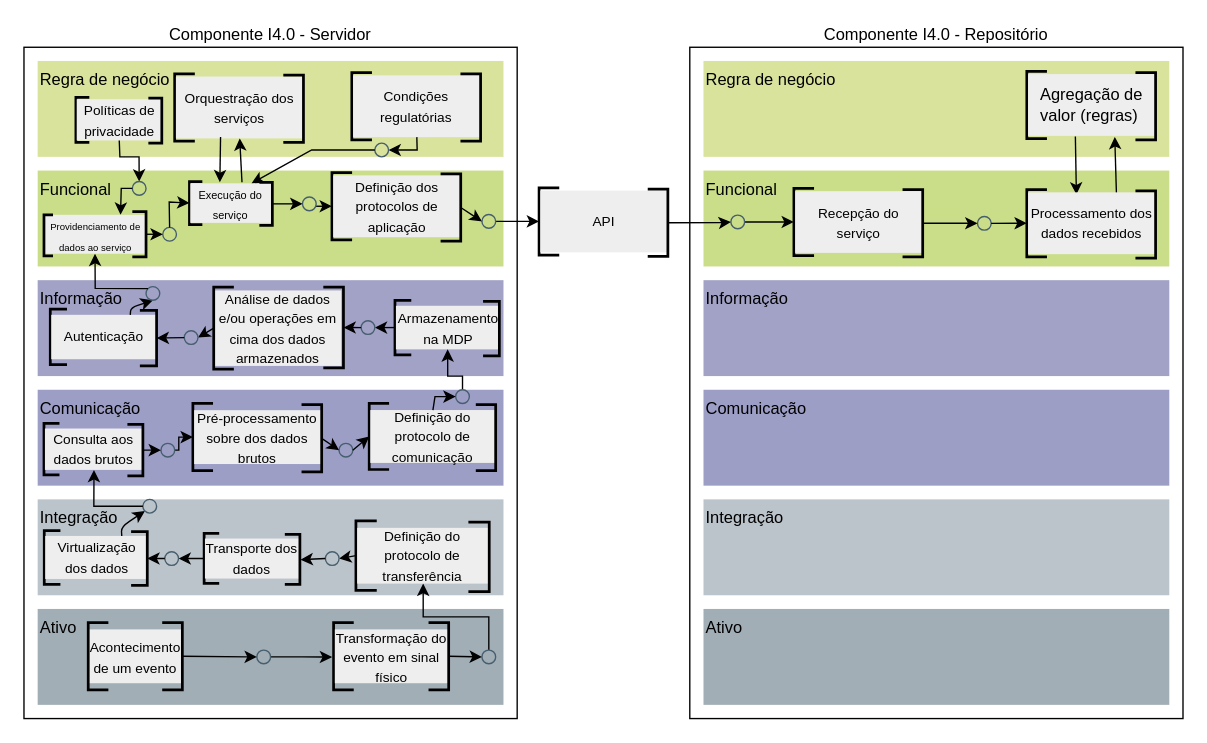
This is page "rami-interacao" (9 of 9) of imagens/diagramas/aas.drawio from hvitoi/i4.0-PLM, a draw.io file, before an edit. Source tidied: cells renumbered, new cells numbered last; positions are measured from the earlier drawing's top-left corner, leaving out a move shared by most shapes. Both pictures are drawn from the tidied source at 137%, with x=0, y=0 at pixel (23, 47).
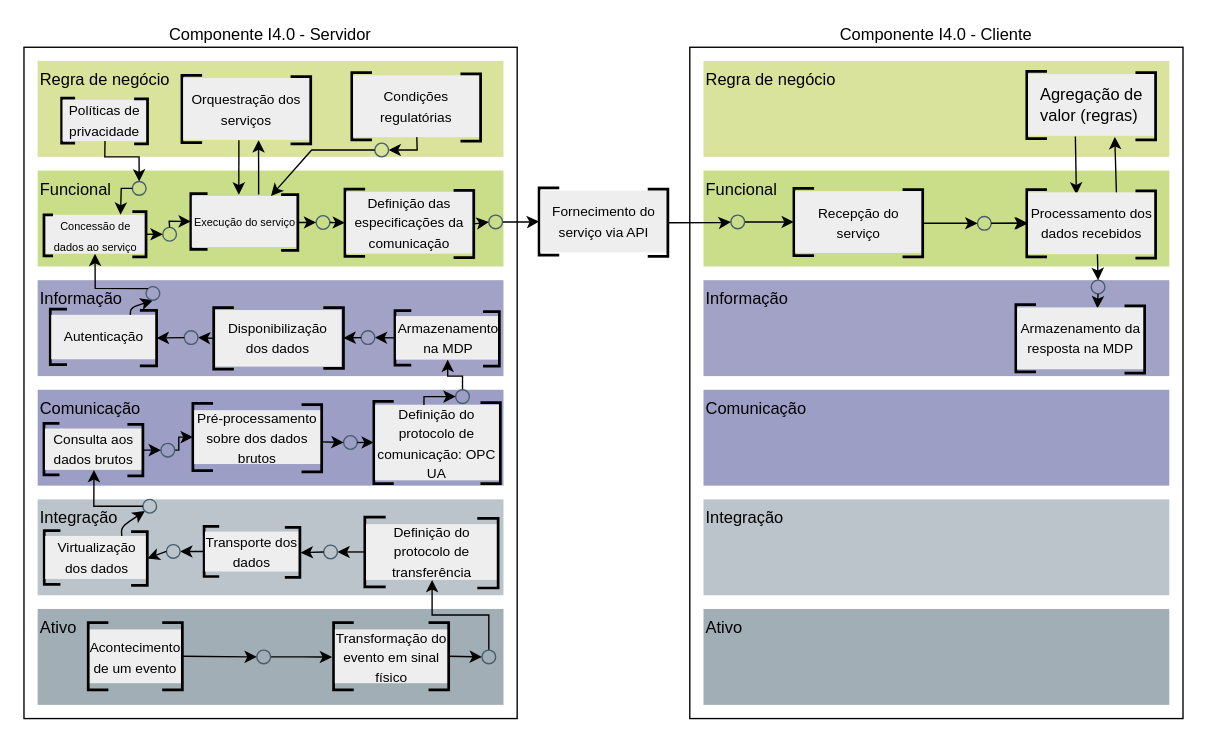
The same diagram, later.

The change refers to these unchanged cells:
```xml
<mxCell id="3" style="group;" parent="2" vertex="1">
  <mxGeometry width="360" height="490" as="geometry" />
</mxCell>
<mxCell id="13" style="ellipse;whiteSpace=wrap;html=1;shadow=0;comic=0;strokeColor=#465E6E;fillColor=none;gradientColor=none;align=left;" parent="3" vertex="1">
  <mxGeometry x="210" y="123.5" width="10" height="10" as="geometry" />
</mxCell>
<mxCell id="55" value="&lt;span style=&quot;font-size: 10px&quot;&gt;Processamento dos dados recebidos&lt;/span&gt;" style="rounded=0;whiteSpace=wrap;html=1;fillColor=#eeeeee;strokeColor=none;" parent="53" vertex="1">
  <mxGeometry x="6.9" y="2" width="93.1" height="45.1" as="geometry" />
</mxCell>
<mxCell id="147" value="&lt;span style=&quot;font-size: 10px&quot;&gt;Orquestração dos serviços&lt;/span&gt;" style="rounded=0;whiteSpace=wrap;html=1;fillColor=#eeeeee;strokeColor=none;" parent="145" vertex="1">
  <mxGeometry x="6.9" y="2" width="93.1" height="45.1" as="geometry" />
</mxCell>
<mxCell id="160" value="&lt;span style=&quot;font-size: 10px&quot;&gt;Políticas de privacidade&lt;/span&gt;" style="rounded=0;whiteSpace=wrap;html=1;fillColor=#eeeeee;strokeColor=none;" parent="158" vertex="1">
  <mxGeometry x="4.6" y="1.3" width="62.1" height="30.1" as="geometry" />
</mxCell>
<mxCell id="227" style="strokeWidth=2;html=1;shape=mxgraph.flowchart.annotation_1;align=left;rotation=-180;" parent="220" vertex="1">
  <mxGeometry x="85.3" y="0.9" width="14.7" height="49.1" as="geometry" />
</mxCell>
<mxCell id="231" style="ellipse;whiteSpace=wrap;html=1;shadow=0;comic=0;strokeColor=#465E6E;fillColor=none;gradientColor=none;align=left;direction=south;" parent="1" vertex="1">
  <mxGeometry x="315.1" y="250" width="10" height="10" as="geometry" />
</mxCell>
<mxCell id="241" style="ellipse;whiteSpace=wrap;html=1;shadow=0;comic=0;strokeColor=#465E6E;fillColor=none;gradientColor=none;align=left;" parent="1" vertex="1">
  <mxGeometry x="101.3" y="131.5" width="10" height="10" as="geometry" />
</mxCell>
<mxCell id="255" style="group;" parent="254" vertex="1">
  <mxGeometry width="100" height="50" as="geometry" />
</mxCell>
<mxCell id="256" style="strokeWidth=2;html=1;shape=mxgraph.flowchart.annotation_1;align=left;" parent="255" vertex="1">
  <mxGeometry x="6" width="14.7" height="49.1" as="geometry" />
</mxCell>
<mxCell id="268" style="group;" parent="267" vertex="1">
  <mxGeometry width="100" height="50" as="geometry" />
</mxCell>
<mxCell id="278" style="ellipse;whiteSpace=wrap;html=1;shadow=0;comic=0;strokeColor=#465E6E;fillColor=none;gradientColor=none;align=left;" parent="1" vertex="1">
  <mxGeometry x="79.1" y="98" width="10" height="10" as="geometry" />
</mxCell>
<mxCell id="302" style="group;" parent="1" vertex="1">
  <mxGeometry x="14.6" y="120" width="74.5" height="33" as="geometry" />
</mxCell>
```

Change to the diagram source:
```diff
@@
-    <mxCell id="4" value="Componente I4.0 - Repositório" style="rounded=0;whiteSpace=wrap;html=1;fillColor=none;labelPosition=center;verticalLabelPosition=top;align=center;verticalAlign=bottom;" parent="3" vertex="1">
+    <mxCell id="4" value="Componente I4.0 - Cliente" style="rounded=0;whiteSpace=wrap;html=1;fillColor=none;labelPosition=center;verticalLabelPosition=top;align=center;verticalAlign=bottom;" parent="3" vertex="1">
       <mxGeometry width="360" height="490" as="geometry" />
     </mxCell>
@@
+    <mxCell id="319" style="edgeStyle=orthogonalEdgeStyle;rounded=0;jettySize=auto;html=1;" parent="3" edge="1" source="13" target="55">
+      <mxGeometry relative="1" as="geometry" />
+    </mxCell>
@@
+    <mxCell id="320" style="ellipse;whiteSpace=wrap;html=1;shadow=0;comic=0;strokeColor=#465E6E;fillColor=none;gradientColor=none;align=left;" parent="3" vertex="1">
+      <mxGeometry x="293" y="170" width="10" height="10" as="geometry" />
+    </mxCell>
+    <mxCell id="321" style="endArrow=classic;html=1;entryX=0.5;entryY=0;entryDx=0;entryDy=0;exitX=0.544;exitY=1.003;exitDx=0;exitDy=0;exitPerimeter=0;" parent="3" edge="1" source="55" target="320">
+      <mxGeometry relative="1" as="geometry" />
+    </mxCell>
+    <mxCell id="322" style="endArrow=classic;html=1;exitX=0.5;exitY=1;exitDx=0;exitDy=0;entryX=0.63;entryY=0.016;entryDx=0;entryDy=0;entryPerimeter=0;" parent="3" edge="1" source="320" target="334">
+      <mxGeometry relative="1" as="geometry" />
+    </mxCell>
+    <mxCell id="323" style="group;" parent="3" vertex="1">
+      <mxGeometry x="232" y="187.9" width="116" height="50" as="geometry" />
+    </mxCell>
+    <mxCell id="324" style="group;" parent="323" vertex="1">
+      <mxGeometry width="116" height="50" as="geometry" />
+    </mxCell>
+    <mxCell id="325" style="group;" parent="324" vertex="1">
+      <mxGeometry width="116" height="50" as="geometry" />
+    </mxCell>
+    <mxCell id="326" style="group;" parent="325" vertex="1">
+      <mxGeometry width="116" height="50" as="geometry" />
+    </mxCell>
+    <mxCell id="327" style="group;" parent="326" vertex="1">
+      <mxGeometry width="116" height="50" as="geometry" />
+    </mxCell>
+    <mxCell id="328" style="group;" parent="327" vertex="1">
+      <mxGeometry width="116" height="50" as="geometry" />
+    </mxCell>
+    <mxCell id="329" style="group;" parent="328" vertex="1">
+      <mxGeometry width="100" height="50" as="geometry" />
+    </mxCell>
+    <mxCell id="330" style="group;" parent="329" vertex="1">
+      <mxGeometry width="100" height="50" as="geometry" />
+    </mxCell>
+    <mxCell id="331" style="group;" parent="330" vertex="1">
+      <mxGeometry width="100" height="50" as="geometry" />
+    </mxCell>
+    <mxCell id="332" style="group;" parent="331" vertex="1">
+      <mxGeometry width="100" height="50" as="geometry" />
+    </mxCell>
+    <mxCell id="333" style="strokeWidth=2;html=1;shape=mxgraph.flowchart.annotation_1;align=left;" parent="332" vertex="1">
+      <mxGeometry x="6" width="14.7" height="49.1" as="geometry" />
+    </mxCell>
+    <mxCell id="334" value="&lt;span style=&quot;font-size: 10px&quot;&gt;Armazenamento da resposta na MDP&lt;/span&gt;" style="rounded=0;whiteSpace=wrap;html=1;fillColor=#eeeeee;strokeColor=none;" parent="332" vertex="1">
+      <mxGeometry x="6.9" y="2" width="93.1" height="45.1" as="geometry" />
+    </mxCell>
+    <mxCell id="335" style="strokeWidth=2;html=1;shape=mxgraph.flowchart.annotation_1;align=left;rotation=-180;" parent="328" vertex="1">
+      <mxGeometry x="85.3" y="0.9" width="14.7" height="49.1" as="geometry" />
+    </mxCell>
@@
     <mxCell id="75" style="group;" parent="1" vertex="1">
-      <mxGeometry x="127" y="354.9" width="86.3" height="37.2" as="geometry" />
+      <mxGeometry x="127" y="349.8" width="86.3" height="37.2" as="geometry" />
     </mxCell>
@@
     <mxCell id="99" style="group;" parent="1" vertex="1">
-      <mxGeometry x="265.9" y="184.7" width="94.1" height="40.5" as="geometry" />
+      <mxGeometry x="265.9" y="192.2" width="94.1" height="40.5" as="geometry" />
     </mxCell>
@@
     <mxCell id="123" style="group;" parent="1" vertex="1">
-      <mxGeometry x="117" y="98" width="74.5" height="32" as="geometry" />
+      <mxGeometry x="125.5" y="100" width="99.6" height="50" as="geometry" />
     </mxCell>
     <mxCell id="124" style="group;" parent="123" vertex="1">
-      <mxGeometry width="74.5" height="32" as="geometry" />
+      <mxGeometry x="-8.7" y="6.8" width="96.5" height="41.4" as="geometry" />
     </mxCell>
     <mxCell id="125" style="group;" parent="124" vertex="1">
-      <mxGeometry width="74.5" height="32" as="geometry" />
+      <mxGeometry width="96.5" height="41.4" as="geometry" />
     </mxCell>
     <mxCell id="126" style="group;" parent="125" vertex="1">
-      <mxGeometry width="74.5" height="32" as="geometry" />
+      <mxGeometry width="96.5" height="41.4" as="geometry" />
     </mxCell>
     <mxCell id="127" style="group;" parent="126" vertex="1">
-      <mxGeometry width="74.5" height="32" as="geometry" />
+      <mxGeometry width="96.5" height="41.4" as="geometry" />
     </mxCell>
     <mxCell id="128" style="group;" parent="127" vertex="1">
-      <mxGeometry width="74.5" height="32" as="geometry" />
+      <mxGeometry width="96.5" height="41.4" as="geometry" />
     </mxCell>
     <mxCell id="129" style="group;" parent="128" vertex="1">
-      <mxGeometry width="64" height="32" as="geometry" />
+      <mxGeometry width="82.8" height="41.4" as="geometry" />
     </mxCell>
     <mxCell id="130" style="group;" parent="129" vertex="1">
-      <mxGeometry width="64" height="32" as="geometry" />
+      <mxGeometry width="82.8" height="41.4" as="geometry" />
     </mxCell>
     <mxCell id="131" style="group;" parent="130" vertex="1">
-      <mxGeometry width="64" height="32" as="geometry" />
+      <mxGeometry width="82.8" height="41.4" as="geometry" />
     </mxCell>
     <mxCell id="132" style="group;" parent="131" vertex="1">
-      <mxGeometry width="64" height="32" as="geometry" />
+      <mxGeometry width="82.8" height="41.4" as="geometry" />
     </mxCell>
     <mxCell id="133" style="strokeWidth=2;html=1;shape=mxgraph.flowchart.annotation_1;align=left;" parent="132" vertex="1">
-      <mxGeometry x="3.8" width="9.4" height="31.4" as="geometry" />
+      <mxGeometry x="5" width="12.2" height="40.7" as="geometry" />
     </mxCell>
     <mxCell id="134" value="&lt;font style=&quot;font-size: 8px&quot;&gt;Execução do serviço&lt;/font&gt;" style="rounded=0;whiteSpace=wrap;html=1;fillColor=#eeeeee;strokeColor=none;" parent="132" vertex="1">
-      <mxGeometry x="4.4" y="1.3" width="59.6" height="28.9" as="geometry" />
+      <mxGeometry x="5.7" y="1.7" width="77.1" height="37.3" as="geometry" />
     </mxCell>
     <mxCell id="135" style="strokeWidth=2;html=1;shape=mxgraph.flowchart.annotation_1;align=left;rotation=-180;" parent="128" vertex="1">
-      <mxGeometry x="54.8" y="0.6" width="9.5" height="31.4" as="geometry" />
+      <mxGeometry x="70.9" y="0.8" width="12.2" height="40.7" as="geometry" />
     </mxCell>
     <mxCell id="136" style="group;" parent="1" vertex="1">
-      <mxGeometry x="104" y="19.4" width="116" height="50" as="geometry" />
+      <mxGeometry x="109.3" y="20.5" width="116" height="50" as="geometry" />
     </mxCell>
@@
     <mxCell id="149" style="group;" parent="1" vertex="1">
-      <mxGeometry x="33.9" y="36.6" width="77.4" height="33.4" as="geometry" />
+      <mxGeometry x="23.5" y="37.1" width="77.4" height="33.4" as="geometry" />
     </mxCell>
@@
     <mxCell id="178" style="group;" parent="1" vertex="1">
-      <mxGeometry x="260" y="339.1" width="120.1" height="51.8" as="geometry" />
+      <mxGeometry x="266.5" y="336.4" width="120.1" height="51.8" as="geometry" />
     </mxCell>
@@
     <mxCell id="192" style="ellipse;whiteSpace=wrap;html=1;shadow=0;comic=0;strokeColor=#465E6E;fillColor=none;gradientColor=none;align=left;" parent="1" vertex="1">
-      <mxGeometry x="220" y="368.2" width="10" height="10" as="geometry" />
+      <mxGeometry x="218.8" y="363.4" width="10" height="10" as="geometry" />
     </mxCell>
@@
     <mxCell id="195" style="ellipse;whiteSpace=wrap;html=1;shadow=0;comic=0;strokeColor=#465E6E;fillColor=none;gradientColor=none;align=left;" parent="1" vertex="1">
-      <mxGeometry x="102.8" y="368.2" width="10" height="10" as="geometry" />
+      <mxGeometry x="104" y="363" width="10" height="10" as="geometry" />
     </mxCell>
@@
     <mxCell id="200" style="group;spacing=0;" parent="1" vertex="1">
-      <mxGeometry x="246.1" y="260" width="113.9" height="49.1" as="geometry" />
+      <mxGeometry x="249.5" y="258.5" width="113.9" height="60" as="geometry" />
     </mxCell>
     <mxCell id="201" style="group;" parent="200" vertex="1">
-      <mxGeometry width="113.9" height="49.1" as="geometry" />
+      <mxGeometry width="113.9" height="60" as="geometry" />
     </mxCell>
     <mxCell id="202" style="group;" parent="201" vertex="1">
-      <mxGeometry width="113.9" height="49.1" as="geometry" />
+      <mxGeometry width="113.9" height="60" as="geometry" />
     </mxCell>
     <mxCell id="203" style="group;" parent="202" vertex="1">
-      <mxGeometry width="113.9" height="49.1" as="geometry" />
+      <mxGeometry width="113.9" height="60" as="geometry" />
     </mxCell>
     <mxCell id="204" style="group;" parent="203" vertex="1">
-      <mxGeometry width="113.9" height="49.1" as="geometry" />
+      <mxGeometry width="113.9" height="60" as="geometry" />
     </mxCell>
     <mxCell id="205" style="group;" parent="204" vertex="1">
-      <mxGeometry width="113.9" height="49.1" as="geometry" />
+      <mxGeometry width="113.9" height="60" as="geometry" />
     </mxCell>
     <mxCell id="206" style="group;" parent="205" vertex="1">
-      <mxGeometry width="98.2" height="48.2" as="geometry" />
+      <mxGeometry width="98.2" height="60" as="geometry" />
     </mxCell>
     <mxCell id="207" style="group;" parent="206" vertex="1">
-      <mxGeometry width="98.2" height="48.2" as="geometry" />
+      <mxGeometry width="98.2" height="60" as="geometry" />
     </mxCell>
     <mxCell id="208" style="group;" parent="207" vertex="1">
-      <mxGeometry width="98.2" height="48.2" as="geometry" />
+      <mxGeometry width="98.2" height="60" as="geometry" />
     </mxCell>
     <mxCell id="209" style="group;" parent="208" vertex="1">
-      <mxGeometry width="98.2" height="48.2" as="geometry" />
+      <mxGeometry width="98.2" height="60" as="geometry" />
     </mxCell>
     <mxCell id="210" style="strokeWidth=2;html=1;shape=mxgraph.flowchart.annotation_1;align=left;" parent="209" vertex="1">
-      <mxGeometry x="5.9" width="14.5" height="48.2" as="geometry" />
+      <mxGeometry x="5.9" width="14.5" height="60" as="geometry" />
     </mxCell>
-    <mxCell id="211" value="&lt;font style=&quot;font-size: 10px&quot;&gt;Definição do protocolo de comunicação&lt;/font&gt;" style="rounded=0;whiteSpace=wrap;html=1;fillColor=#eeeeee;strokeColor=none;" parent="209" vertex="1">
-      <mxGeometry x="6.7" y="4.8" width="91.4" height="38.6" as="geometry" />
+    <mxCell id="211" value="&lt;font style=&quot;font-size: 10px&quot;&gt;Definição do protocolo de comunicação: OPC UA&lt;/font&gt;" style="rounded=0;whiteSpace=wrap;html=1;fillColor=#eeeeee;strokeColor=none;" parent="209" vertex="1">
+      <mxGeometry x="6.8" y="2.4" width="91.4" height="55.2" as="geometry" />
     </mxCell>
     <mxCell id="212" style="strokeWidth=2;html=1;shape=mxgraph.flowchart.annotation_1;align=left;rotation=-180;" parent="205" vertex="1">
-      <mxGeometry x="83.7" y="0.9" width="14.5" height="48.2" as="geometry" />
+      <mxGeometry x="83.7" y="0.9" width="14.5" height="59.1" as="geometry" />
     </mxCell>
@@
     <mxCell id="228" style="ellipse;whiteSpace=wrap;html=1;shadow=0;comic=0;strokeColor=#465E6E;fillColor=none;gradientColor=none;align=left;" parent="1" vertex="1">
-      <mxGeometry x="230" y="289.1" width="10" height="10" as="geometry" />
+      <mxGeometry x="233.3" y="283.5" width="10" height="10" as="geometry" />
     </mxCell>
-    <mxCell id="229" style="endArrow=classic;html=1;exitX=0;exitY=0.5;exitDx=0;exitDy=0;exitPerimeter=0;entryX=0;entryY=0.5;entryDx=0;entryDy=0;" parent="1" edge="1" source="227" target="228">
+    <mxCell id="229" style="endArrow=classic;html=1;exitX=-0.022;exitY=0.448;exitDx=0;exitDy=0;exitPerimeter=0;entryX=0;entryY=0.5;entryDx=0;entryDy=0;" parent="1" edge="1" source="227" target="228">
       <mxGeometry relative="1" as="geometry" />
     </mxCell>
@@
     <mxCell id="233" style="ellipse;whiteSpace=wrap;html=1;shadow=0;comic=0;strokeColor=#465E6E;fillColor=none;gradientColor=none;align=left;" parent="1" vertex="1">
-      <mxGeometry x="246.1" y="199.6" width="10" height="10" as="geometry" />
+      <mxGeometry x="246.1" y="206.9" width="10" height="10" as="geometry" />
     </mxCell>
@@
-    <mxCell id="243" style="edgeStyle=orthogonalEdgeStyle;rounded=0;jettySize=auto;html=1;entryX=0;entryY=0.5;entryDx=0;entryDy=0;entryPerimeter=0;" parent="1" edge="1" source="244" target="256">
-      <mxGeometry relative="1" as="geometry">
-        <Array as="points">
-          <mxPoint x="213" y="114" />
-          <mxPoint x="213" y="116" />
-        </Array>
-      </mxGeometry>
-    </mxCell>
-    <mxCell id="244" style="ellipse;whiteSpace=wrap;html=1;shadow=0;comic=0;strokeColor=#465E6E;fillColor=none;gradientColor=none;align=left;" parent="1" vertex="1">
-      <mxGeometry x="203.3" y="109.3" width="10" height="10" as="geometry" />
-    </mxCell>
-    <mxCell id="245" style="endArrow=classic;html=1;exitX=0;exitY=0.5;exitDx=0;exitDy=0;exitPerimeter=0;entryX=0;entryY=0.5;entryDx=0;entryDy=0;" parent="1" edge="1" source="135" target="244">
-      <mxGeometry relative="1" as="geometry" />
-    </mxCell>
     <mxCell id="246" style="group;" parent="1" vertex="1">
-      <mxGeometry x="218.8" y="91.5" width="116" height="50" as="geometry" />
+      <mxGeometry x="228.3" y="103.5" width="116" height="50" as="geometry" />
     </mxCell>
@@
-    <mxCell id="257" value="&lt;span style=&quot;font-size: 10px&quot;&gt;Definição dos protocolos de aplicação&lt;/span&gt;" style="rounded=0;whiteSpace=wrap;html=1;fillColor=#eeeeee;strokeColor=none;" parent="255" vertex="1">
+    <mxCell id="257" value="&lt;span style=&quot;font-size: 10px&quot;&gt;Definição das especificações da comunicação&lt;/span&gt;" style="rounded=0;whiteSpace=wrap;html=1;fillColor=#eeeeee;strokeColor=none;" parent="255" vertex="1">
       <mxGeometry x="6.9" y="2" width="93.1" height="45.1" as="geometry" />
     </mxCell>
@@
-    <mxCell id="270" value="&lt;span style=&quot;font-size: 10px&quot;&gt;API&lt;/span&gt;" style="rounded=0;whiteSpace=wrap;html=1;fillColor=#eeeeee;strokeColor=none;" parent="268" vertex="1">
+    <mxCell id="270" value="&lt;span style=&quot;font-size: 10px&quot;&gt;Fornecimento do serviço via API&lt;/span&gt;" style="rounded=0;whiteSpace=wrap;html=1;fillColor=#eeeeee;strokeColor=none;" parent="268" vertex="1">
       <mxGeometry x="6.9" y="2" width="93.1" height="45.1" as="geometry" />
     </mxCell>
@@
     <mxCell id="273" style="ellipse;whiteSpace=wrap;html=1;shadow=0;comic=0;strokeColor=#465E6E;fillColor=none;gradientColor=none;align=left;" parent="1" vertex="1">
-      <mxGeometry x="334.3" y="122.1" width="10" height="10" as="geometry" />
+      <mxGeometry x="339.3" y="122.5" width="10" height="10" as="geometry" />
     </mxCell>
@@
-    <mxCell id="275" style="endArrow=classic;html=1;entryX=0.362;entryY=-0.027;entryDx=0;entryDy=0;entryPerimeter=0;exitX=0.35;exitY=0.977;exitDx=0;exitDy=0;exitPerimeter=0;" parent="1" edge="1" source="147" target="134">
+    <mxCell id="275" style="endArrow=classic;html=1;entryX=0.445;entryY=-0.025;entryDx=0;entryDy=0;entryPerimeter=0;exitX=0.437;exitY=1.008;exitDx=0;exitDy=0;exitPerimeter=0;" parent="1" edge="1" source="147" target="134">
       <mxGeometry relative="1" as="geometry" />
     </mxCell>
-    <mxCell id="276" style="endArrow=classic;html=1;entryX=0.5;entryY=1;entryDx=0;entryDy=0;exitX=0.633;exitY=-0.027;exitDx=0;exitDy=0;exitPerimeter=0;" parent="1" edge="1" source="134" target="147">
+    <mxCell id="276" style="endArrow=classic;html=1;entryX=0.591;entryY=1.004;entryDx=0;entryDy=0;exitX=0.633;exitY=-0.027;exitDx=0;exitDy=0;exitPerimeter=0;entryPerimeter=0;" parent="1" edge="1" source="134" target="147">
       <mxGeometry relative="1" as="geometry" />
     </mxCell>
     <mxCell id="277" style="endArrow=classic;html=1;exitX=0.5;exitY=1;exitDx=0;exitDy=0;entryX=0.5;entryY=0;entryDx=0;entryDy=0;rounded=0;" parent="1" edge="1" source="160" target="278">
       <mxGeometry relative="1" as="geometry">
         <Array as="points">
-          <mxPoint x="70" y="80" />
+          <mxPoint x="59" y="80" />
           <mxPoint x="84" y="80" />
         </Array>
       </mxGeometry>
     </mxCell>
@@
     <mxCell id="295" style="group;" parent="1" vertex="1">
-      <mxGeometry x="138.5" y="175" width="94.7" height="60" as="geometry" />
+      <mxGeometry x="138.5" y="190" width="94.7" height="45" as="geometry" />
     </mxCell>
-    <mxCell id="296" value="&lt;span style=&quot;font-size: 10px&quot;&gt;Análise de dados e/ou operações em cima dos dados armazenados&lt;/span&gt;" style="rounded=0;whiteSpace=wrap;html=1;fillColor=#eeeeee;strokeColor=none;" parent="295" vertex="1">
-      <mxGeometry y="2.5" width="93.1" height="55.1" as="geometry" />
+    <mxCell id="296" value="&lt;span style=&quot;font-size: 10px&quot;&gt;Disponibilização dos dados&lt;/span&gt;" style="rounded=0;whiteSpace=wrap;html=1;fillColor=#eeeeee;strokeColor=none;" parent="295" vertex="1">
+      <mxGeometry y="1.8" width="93.1" height="41.3" as="geometry" />
     </mxCell>
     <mxCell id="297" style="strokeWidth=2;html=1;shape=mxgraph.flowchart.annotation_1;align=left;" parent="295" vertex="1">
-      <mxGeometry width="14.7" height="60" as="geometry" />
+      <mxGeometry width="14.7" height="45" as="geometry" />
     </mxCell>
     <mxCell id="298" style="strokeWidth=2;html=1;shape=mxgraph.flowchart.annotation_1;align=left;rotation=-180;" parent="295" vertex="1">
-      <mxGeometry x="80" width="14.7" height="59.1" as="geometry" />
+      <mxGeometry x="80" width="14.7" height="44.3" as="geometry" />
     </mxCell>
-    <mxCell id="299" style="endArrow=classic;html=1;exitX=0.5;exitY=0;exitDx=0;exitDy=0;entryX=0.5;entryY=1;entryDx=0;entryDy=0;rounded=0;" parent="1" edge="1" source="211" target="231">
+    <mxCell id="299" style="endArrow=classic;html=1;exitX=0.39;exitY=0.005;exitDx=0;exitDy=0;entryX=0.5;entryY=1;entryDx=0;entryDy=0;rounded=0;exitPerimeter=0;" parent="1" edge="1" source="211" target="231">
       <mxGeometry relative="1" as="geometry">
         <Array as="points">
-          <mxPoint x="300" y="255" />
+          <mxPoint x="292" y="255" />
         </Array>
       </mxGeometry>
     </mxCell>
     <mxCell id="300" style="endArrow=classic;html=1;exitX=0.5;exitY=0;exitDx=0;exitDy=0;entryX=0;entryY=0.5;entryDx=0;entryDy=0;entryPerimeter=0;rounded=0;" parent="1" edge="1" source="241" target="133">
       <mxGeometry relative="1" as="geometry">
         <Array as="points">
-          <mxPoint x="106" y="113" />
+          <mxPoint x="106" y="127" />
         </Array>
       </mxGeometry>
     </mxCell>
@@
-    <mxCell id="303" value="&lt;font style=&quot;font-size: 7px&quot;&gt;Providenciamento de dados ao serviço&lt;/font&gt;" style="rounded=0;whiteSpace=wrap;html=1;fillColor=#eeeeee;strokeColor=none;" parent="302" vertex="1">
+    <mxCell id="303" value="&lt;font style=&quot;font-size: 8px&quot;&gt;Concessão de dados ao serviço&lt;/font&gt;" style="rounded=0;whiteSpace=wrap;html=1;fillColor=#eeeeee;strokeColor=none;" parent="302" vertex="1">
       <mxGeometry y="2.3" width="74.5" height="28.4" as="geometry" />
     </mxCell>
@@
+    <mxCell id="336" style="ellipse;whiteSpace=wrap;html=1;shadow=0;comic=0;strokeColor=#465E6E;fillColor=none;gradientColor=none;align=left;" parent="1" vertex="1">
+      <mxGeometry x="213.3" y="122.9" width="10" height="10" as="geometry" />
+    </mxCell>
+    <mxCell id="337" style="endArrow=classic;html=1;entryX=0;entryY=0.5;entryDx=0;entryDy=0;exitX=0;exitY=0.5;exitDx=0;exitDy=0;exitPerimeter=0;" parent="1" edge="1" source="135" target="336">
+      <mxGeometry relative="1" as="geometry" />
+    </mxCell>
+    <mxCell id="338" style="endArrow=classic;html=1;entryX=0;entryY=0.5;entryDx=0;entryDy=0;exitX=1;exitY=0.5;exitDx=0;exitDy=0;entryPerimeter=0;" parent="1" edge="1" source="336" target="256">
+      <mxGeometry relative="1" as="geometry" />
+    </mxCell>
```
